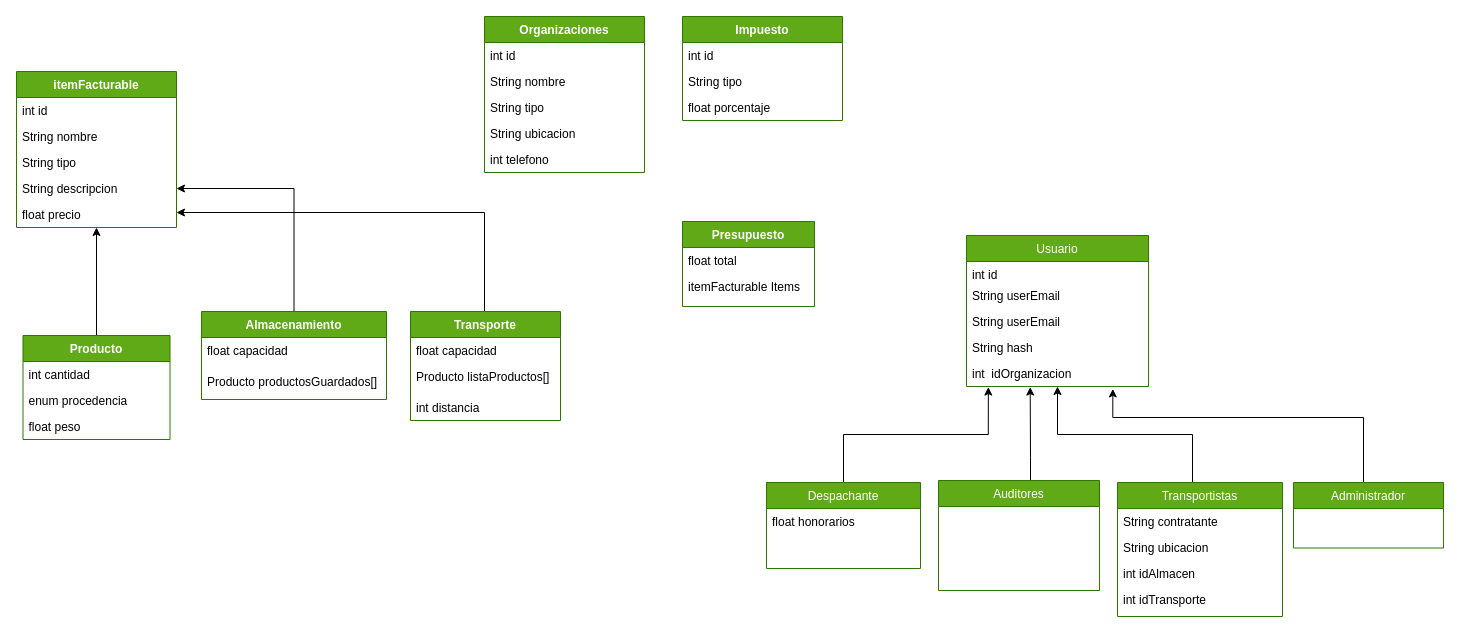
Above: Diagrama_de_Clases.drawio in CTroya/lp3-java-rest-backend (draw.io), before the change. Source tidied: cells renumbered, new cells numbered last; positions are measured from the earlier drawing's top-left corner, leaving out a move shared by most shapes. Both pictures are drawn from the tidied source at 100%, with x=0, y=0 at pixel (16, 16).
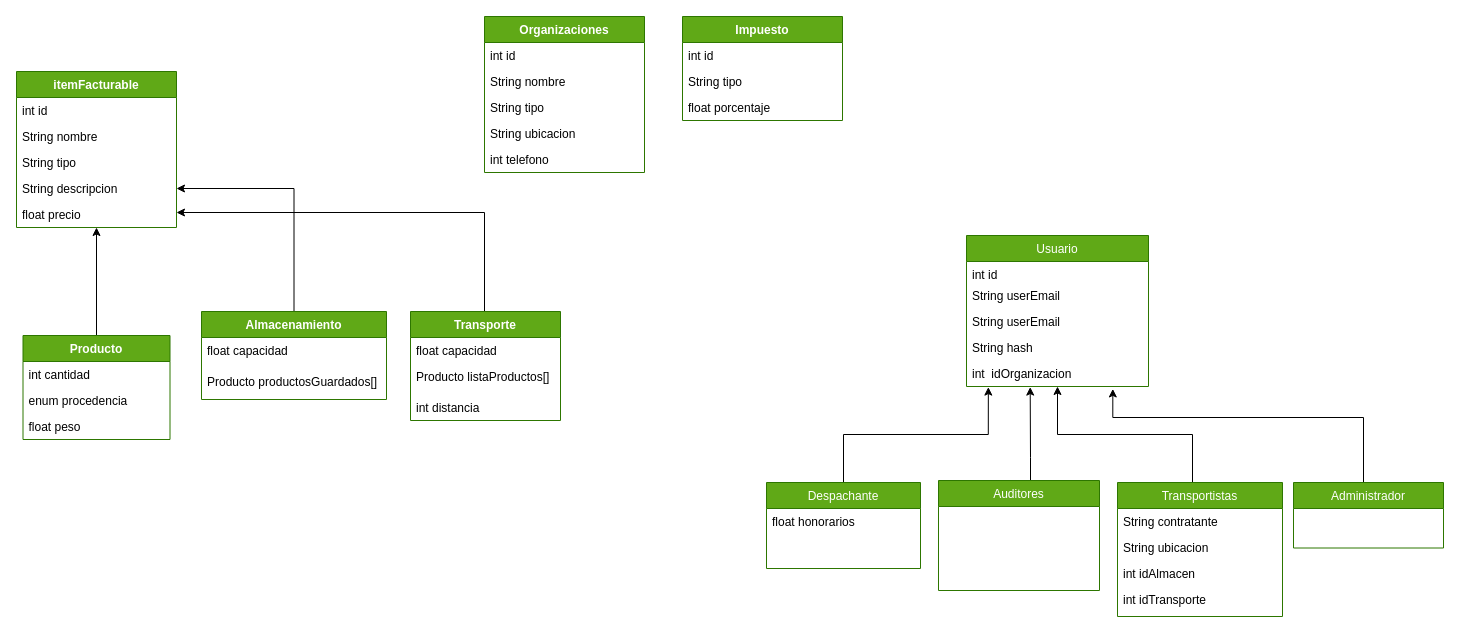
Above is the later version.

Commit message:
Eliminacion de la clase Presupuesto Diagrama_de_Clases.drawio

Change to the diagram source:
```diff
@@
-    <mxCell id="45" value="Presupuesto" style="swimlane;fontStyle=1;align=center;verticalAlign=top;horizontal=1;startSize=26;fillColor=#60a917;fontColor=#ffffff;strokeColor=#2D7600;" parent="1" vertex="1">
-      <mxGeometry x="666" y="205" width="132" height="85" as="geometry" />
-    </mxCell>
-    <mxCell id="46" value="float total" style="text;strokeColor=none;fillColor=none;align=left;verticalAlign=top;spacingLeft=4;spacingRight=4;overflow=hidden;" parent="45" vertex="1">
-      <mxGeometry y="26" width="132" height="26" as="geometry" />
-    </mxCell>
-    <mxCell id="47" value="itemFacturable Items" style="text;strokeColor=none;fillColor=none;align=left;verticalAlign=top;spacingLeft=4;spacingRight=4;overflow=hidden;" parent="45" vertex="1">
-      <mxGeometry y="52" width="132" height="33" as="geometry" />
-    </mxCell>
```
